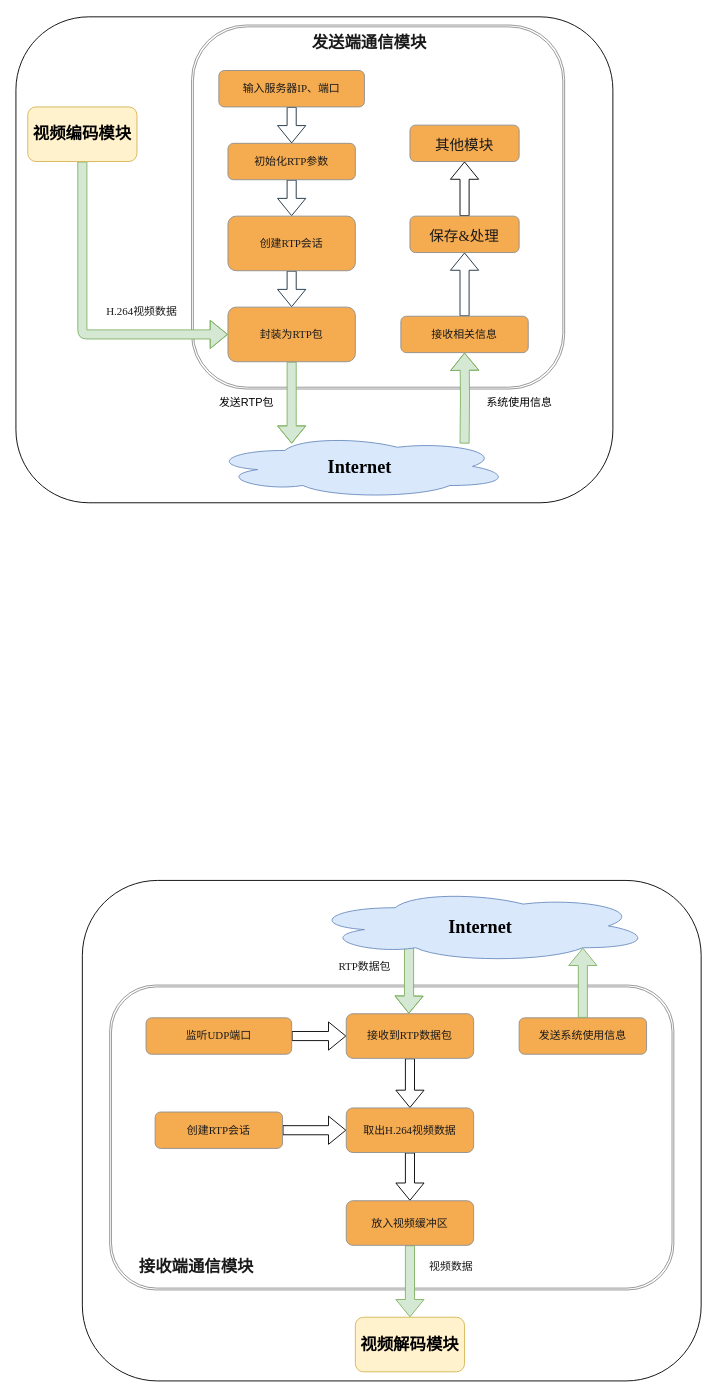
The draw.io diagram send.drawio in Bright-Hsu/Real-Time-Trans-Server, before the edit. Source tidied: cells renumbered, new cells numbered last; positions are measured from the earlier drawing's top-left corner, leaving out a move shared by most shapes. Both pictures are drawn from the tidied source at 91%, with x=0, y=0 at pixel (15, 15).
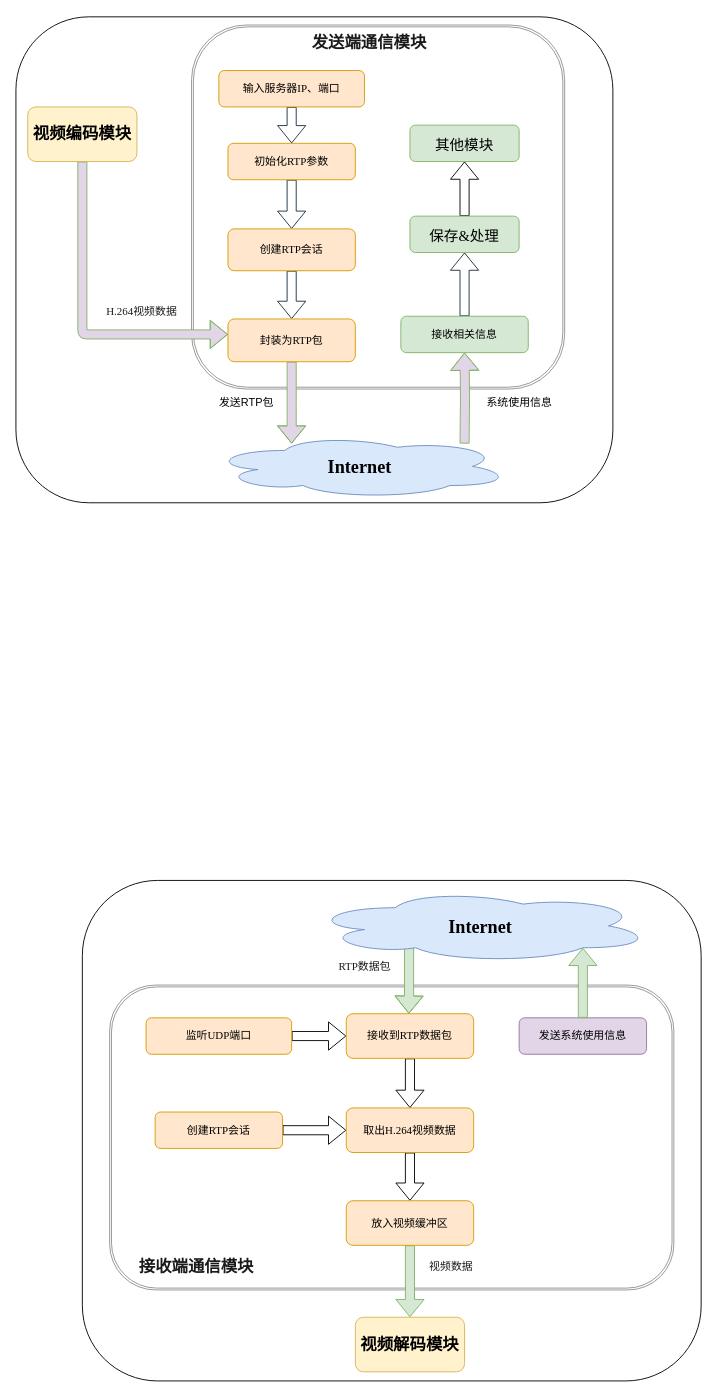
The same diagram, later.

Unchanged cells that the change refers to:
```xml
<mxCell id="13" value="&lt;font style=&quot;font-size: 18px;&quot;&gt;&lt;b&gt;视频编码模块&lt;/b&gt;&lt;/font&gt;" style="rounded=1;whiteSpace=wrap;html=1;fontFamily=Times New Roman;labelBackgroundColor=none;fillColor=#fff2cc;strokeColor=#d6b656;" parent="1" vertex="1">
  <mxGeometry x="13" y="100" width="120" height="60" as="geometry" />
</mxCell>
```

Change to the diagram source:
```diff
@@
+    <mxCell id="25" style="rounded=1;whiteSpace=wrap;html=1;fillColor=none;" parent="1" vertex="1">
+      <mxGeometry y="1" width="656" height="534" as="geometry" />
+    </mxCell>
@@
-    <mxCell id="5" value="初始化RTP参数" style="rounded=1;whiteSpace=wrap;html=1;fontFamily=Times New Roman;labelBackgroundColor=none;fillColor=#F5AB50;strokeColor=#909090;fontColor=#1A1A1A;" parent="1" vertex="1">
+    <mxCell id="5" value="初始化RTP参数" style="rounded=1;whiteSpace=wrap;html=1;fontFamily=Times New Roman;labelBackgroundColor=none;fillColor=#ffe6cc;strokeColor=#d79b00;" parent="1" vertex="1">
       <mxGeometry x="233" y="140" width="140" height="40" as="geometry" />
     </mxCell>
@@
-    <mxCell id="7" value="创建RTP会话" style="rounded=1;whiteSpace=wrap;html=1;fontFamily=Times New Roman;labelBackgroundColor=none;fillColor=#F5AB50;strokeColor=#909090;fontColor=#1A1A1A;" parent="1" vertex="1">
-      <mxGeometry x="233" y="220" width="140" height="60" as="geometry" />
+    <mxCell id="7" value="创建RTP会话" style="rounded=1;whiteSpace=wrap;html=1;fontFamily=Times New Roman;labelBackgroundColor=none;fillColor=#ffe6cc;strokeColor=#d79b00;" parent="1" vertex="1">
+      <mxGeometry x="233" y="234" width="140" height="46" as="geometry" />
     </mxCell>
@@
-    <mxCell id="9" value="输入服务器IP、端口" style="rounded=1;whiteSpace=wrap;html=1;fontFamily=Times New Roman;labelBackgroundColor=none;fillColor=#F5AB50;strokeColor=#909090;fontColor=#1A1A1A;" parent="1" vertex="1">
+    <mxCell id="9" value="输入服务器IP、端口" style="rounded=1;whiteSpace=wrap;html=1;fontFamily=Times New Roman;labelBackgroundColor=none;fillColor=#ffe6cc;strokeColor=#d79b00;" parent="1" vertex="1">
       <mxGeometry x="223" y="60" width="160" height="40" as="geometry" />
     </mxCell>
-    <mxCell id="10" style="edgeStyle=orthogonalEdgeStyle;rounded=0;hachureGap=4;jettySize=auto;html=1;strokeColor=#82b366;fontFamily=Architects Daughter;fontSize=16;fontColor=#1A1A1A;shape=flexArrow;fillColor=#d5e8d4;" parent="1" edge="1" source="11">
+    <mxCell id="10" style="edgeStyle=orthogonalEdgeStyle;rounded=0;hachureGap=4;jettySize=auto;html=1;strokeColor=#82b366;fontFamily=Architects Daughter;fontSize=16;fontColor=#1A1A1A;shape=flexArrow;fillColor=#E1D5E7;" parent="1" edge="1" source="11">
       <mxGeometry relative="1" as="geometry">
         <mxPoint x="303" y="470" as="targetPoint" />
       </mxGeometry>
     </mxCell>
-    <mxCell id="11" value="封装为RTP包" style="rounded=1;whiteSpace=wrap;html=1;fontFamily=Times New Roman;labelBackgroundColor=none;fillColor=#F5AB50;strokeColor=#909090;fontColor=#1A1A1A;" parent="1" vertex="1">
-      <mxGeometry x="233" y="320" width="140" height="60" as="geometry" />
+    <mxCell id="11" value="封装为RTP包" style="rounded=1;whiteSpace=wrap;html=1;fontFamily=Times New Roman;labelBackgroundColor=none;fillColor=#ffe6cc;strokeColor=#d79b00;" parent="1" vertex="1">
+      <mxGeometry x="233" y="333" width="140" height="47" as="geometry" />
     </mxCell>
-    <mxCell id="12" style="edgeStyle=orthogonalEdgeStyle;rounded=1;jettySize=auto;html=1;shape=flexArrow;fontFamily=Times New Roman;labelBackgroundColor=none;strokeColor=#82b366;fontColor=default;fillColor=#d5e8d4;" parent="1" edge="1" source="13" target="11">
+    <mxCell id="12" style="edgeStyle=orthogonalEdgeStyle;rounded=1;jettySize=auto;html=1;shape=flexArrow;fontFamily=Times New Roman;labelBackgroundColor=none;strokeColor=#82b366;fontColor=default;fillColor=#E1D5E7;" parent="1" edge="1" source="13" target="11">
       <mxGeometry relative="1" as="geometry">
         <Array as="points">
           <mxPoint x="73" y="350" />
         </Array>
       </mxGeometry>
     </mxCell>
@@
-    <mxCell id="16" style="edgeStyle=orthogonalEdgeStyle;rounded=0;hachureGap=4;jettySize=auto;html=1;strokeColor=#82b366;fontFamily=Architects Daughter;fontSize=16;fontColor=#1A1A1A;entryX=0.5;entryY=1;entryDx=0;entryDy=0;shape=flexArrow;fillColor=#d5e8d4;" parent="1" edge="1" target="19">
+    <mxCell id="16" style="edgeStyle=orthogonalEdgeStyle;rounded=0;hachureGap=4;jettySize=auto;html=1;strokeColor=#82b366;fontFamily=Architects Daughter;fontSize=16;fontColor=#1A1A1A;entryX=0.5;entryY=1;entryDx=0;entryDy=0;shape=flexArrow;fillColor=#E1D5E7;" parent="1" edge="1" target="19">
       <mxGeometry relative="1" as="geometry">
         <mxPoint x="493" y="470" as="sourcePoint" />
       </mxGeometry>
     </mxCell>
@@
-    <mxCell id="19" value="接收相关信息" style="rounded=1;whiteSpace=wrap;html=1;fontFamily=Times New Roman;labelBackgroundColor=none;fillColor=#F5AB50;strokeColor=#909090;fontColor=#1A1A1A;" parent="1" vertex="1">
+    <mxCell id="19" value="接收相关信息" style="rounded=1;whiteSpace=wrap;html=1;fontFamily=Times New Roman;labelBackgroundColor=none;fillColor=#d5e8d4;strokeColor=#82b366;" parent="1" vertex="1">
       <mxGeometry x="423" y="330" width="140" height="40" as="geometry" />
     </mxCell>
@@
-    <mxCell id="21" value="&lt;font style=&quot;font-size: 16px;&quot;&gt;保存&amp;amp;处理&lt;/font&gt;" style="whiteSpace=wrap;html=1;fontFamily=Times New Roman;fillColor=#F5AB50;strokeColor=#909090;fontColor=#1A1A1A;rounded=1;labelBackgroundColor=none;hachureGap=4;fontSize=20;" parent="1" vertex="1">
+    <mxCell id="21" value="&lt;font style=&quot;font-size: 16px;&quot;&gt;保存&amp;amp;处理&lt;/font&gt;" style="whiteSpace=wrap;html=1;fontFamily=Times New Roman;fillColor=#d5e8d4;strokeColor=#82b366;rounded=1;labelBackgroundColor=none;hachureGap=4;fontSize=20;" parent="1" vertex="1">
       <mxGeometry x="433" y="220" width="120" height="40" as="geometry" />
     </mxCell>
@@
-    <mxCell id="24" value="&lt;span style=&quot;font-size: 16px;&quot;&gt;其他模块&lt;/span&gt;" style="whiteSpace=wrap;html=1;fontFamily=Times New Roman;fillColor=#F5AB50;strokeColor=#909090;fontColor=#1A1A1A;rounded=1;labelBackgroundColor=none;hachureGap=4;fontSize=20;" parent="1" vertex="1">
+    <mxCell id="24" value="&lt;span style=&quot;font-size: 16px;&quot;&gt;其他模块&lt;/span&gt;" style="whiteSpace=wrap;html=1;fontFamily=Times New Roman;fillColor=#d5e8d4;strokeColor=#82b366;rounded=1;labelBackgroundColor=none;hachureGap=4;fontSize=20;" parent="1" vertex="1">
       <mxGeometry x="433" y="120" width="120" height="40" as="geometry" />
     </mxCell>
-    <mxCell id="25" style="rounded=1;whiteSpace=wrap;html=1;fillColor=none;" parent="1" vertex="1">
-      <mxGeometry y="1" width="656" height="534" as="geometry" />
-    </mxCell>
@@
-    <mxCell id="28" value="创建RTP会话" style="rounded=1;whiteSpace=wrap;html=1;fontFamily=Times New Roman;labelBackgroundColor=none;fillColor=#F5AB50;strokeColor=#909090;fontColor=#1A1A1A;" parent="1" vertex="1">
+    <mxCell id="28" value="创建RTP会话" style="rounded=1;whiteSpace=wrap;html=1;fontFamily=Times New Roman;labelBackgroundColor=none;fillColor=#ffe6cc;strokeColor=#d79b00;" parent="1" vertex="1">
       <mxGeometry x="153" y="1204.5" width="140" height="40" as="geometry" />
     </mxCell>
@@
-    <mxCell id="30" value="监听UDP端口" style="rounded=1;whiteSpace=wrap;html=1;fontFamily=Times New Roman;labelBackgroundColor=none;fillColor=#F5AB50;strokeColor=#909090;fontColor=#1A1A1A;" parent="1" vertex="1">
+    <mxCell id="30" value="监听UDP端口" style="rounded=1;whiteSpace=wrap;html=1;fontFamily=Times New Roman;labelBackgroundColor=none;fillColor=#ffe6cc;strokeColor=#d79b00;" parent="1" vertex="1">
       <mxGeometry x="143" y="1101" width="160" height="40" as="geometry" />
     </mxCell>
@@
-    <mxCell id="37" value="接收到RTP数据包" style="whiteSpace=wrap;html=1;fontFamily=Times New Roman;fillColor=#F5AB50;strokeColor=#909090;fontColor=#1A1A1A;rounded=1;labelBackgroundColor=none;" parent="1" vertex="1">
+    <mxCell id="37" value="接收到RTP数据包" style="whiteSpace=wrap;html=1;fontFamily=Times New Roman;fillColor=#ffe6cc;strokeColor=#d79b00;rounded=1;labelBackgroundColor=none;" parent="1" vertex="1">
       <mxGeometry x="363" y="1096.5" width="140" height="49" as="geometry" />
     </mxCell>
@@
-    <mxCell id="39" value="取出H.264视频数据" style="whiteSpace=wrap;html=1;fontFamily=Times New Roman;fillColor=#F5AB50;strokeColor=#909090;fontColor=#1A1A1A;rounded=1;labelBackgroundColor=none;" parent="1" vertex="1">
+    <mxCell id="39" value="取出H.264视频数据" style="whiteSpace=wrap;html=1;fontFamily=Times New Roman;fillColor=#ffe6cc;strokeColor=#d79b00;rounded=1;labelBackgroundColor=none;" parent="1" vertex="1">
       <mxGeometry x="363" y="1200" width="140" height="49" as="geometry" />
     </mxCell>
@@
-    <mxCell id="41" value="放入视频缓冲区" style="whiteSpace=wrap;html=1;fontFamily=Times New Roman;fillColor=#F5AB50;strokeColor=#909090;fontColor=#1A1A1A;rounded=1;labelBackgroundColor=none;" parent="1" vertex="1">
+    <mxCell id="41" value="放入视频缓冲区" style="whiteSpace=wrap;html=1;fontFamily=Times New Roman;fillColor=#ffe6cc;strokeColor=#d79b00;rounded=1;labelBackgroundColor=none;" parent="1" vertex="1">
       <mxGeometry x="363" y="1302" width="140" height="49" as="geometry" />
     </mxCell>
@@
-    <mxCell id="43" value="发送系统使用信息" style="rounded=1;whiteSpace=wrap;html=1;fontFamily=Times New Roman;labelBackgroundColor=none;fillColor=#F5AB50;strokeColor=#909090;fontColor=#1A1A1A;" parent="1" vertex="1">
+    <mxCell id="43" value="发送系统使用信息" style="rounded=1;whiteSpace=wrap;html=1;fontFamily=Times New Roman;labelBackgroundColor=none;fillColor=#e1d5e7;strokeColor=#9673a6;" parent="1" vertex="1">
       <mxGeometry x="553" y="1101" width="140" height="40" as="geometry" />
     </mxCell>
```
